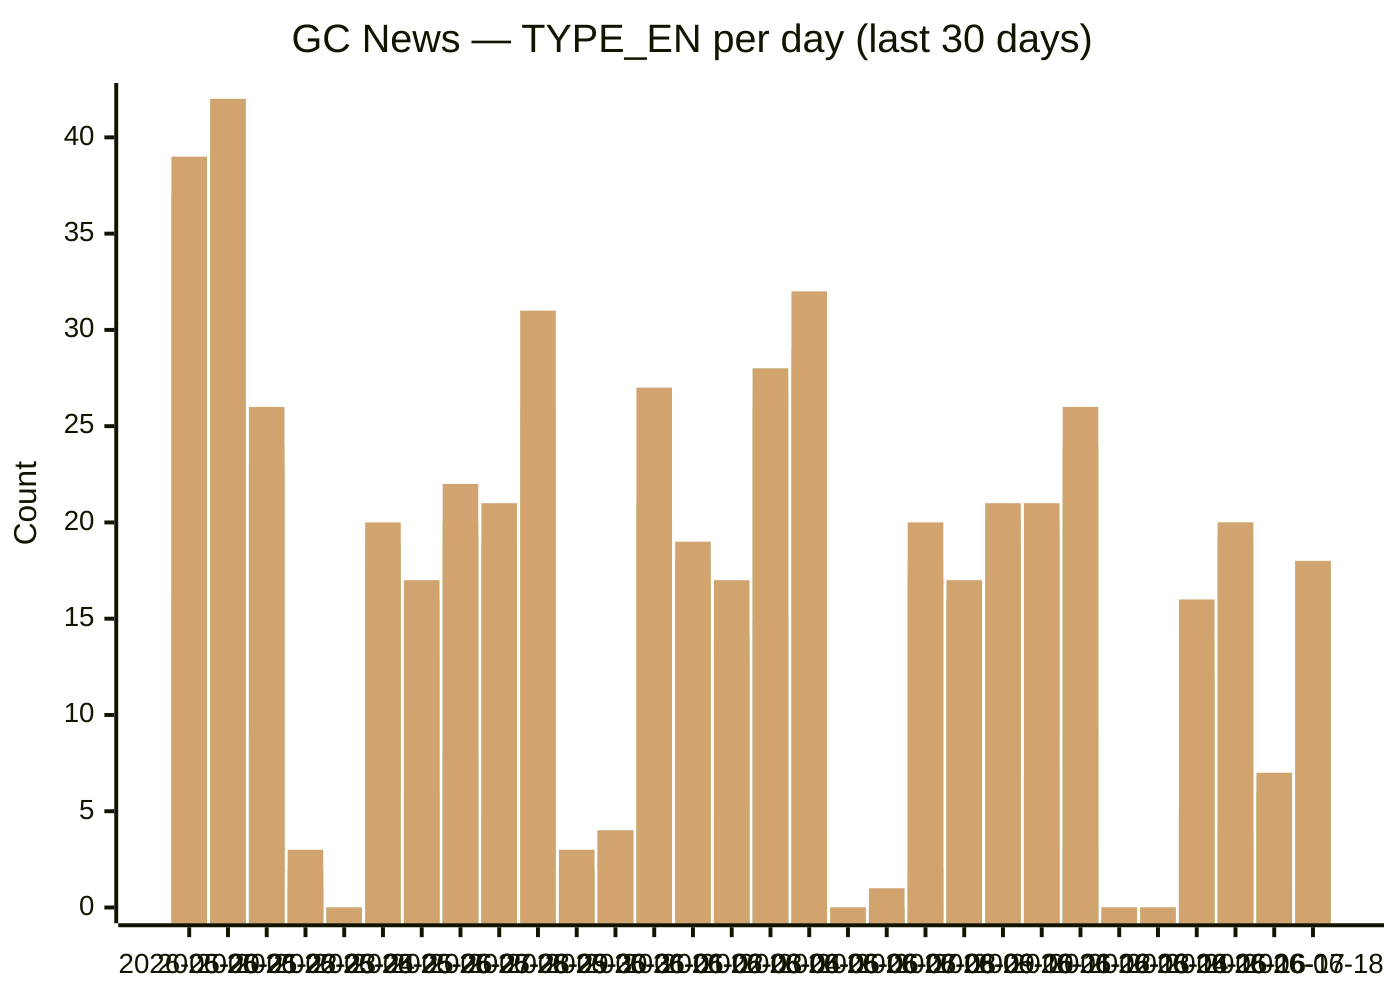
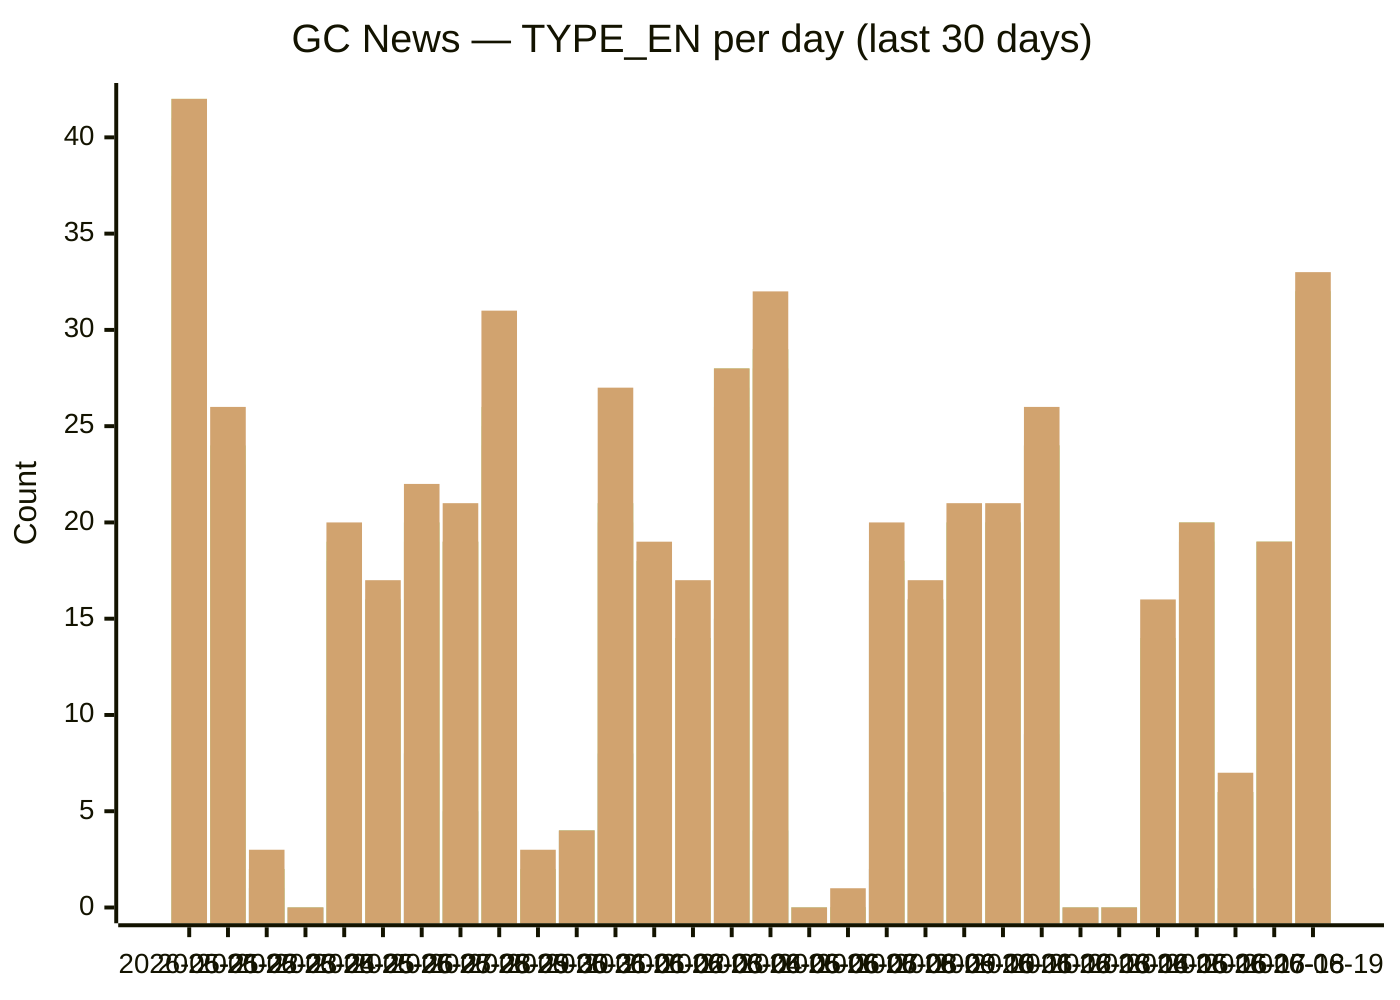
xychart-beta
  title "GC News — TYPE_EN per day (last 30 days)"
-   x-axis [2026-05-20, 2026-05-21, 2026-05-22, 2026-05-23, 2026-05-24, 2026-05-25, 2026-05-26, 2026-05-27, 2026-05-28, 2026-05-29, 2026-05-30, 2026-05-31, 2026-06-01, 2026-06-02, 2026-06-03, 2026-06-04, 2026-06-05, 2026-06-06, 2026-06-07, 2026-06-08, 2026-06-09, 2026-06-10, 2026-06-11, 2026-06-12, 2026-06-13, 2026-06-14, 2026-06-15, 2026-06-16, 2026-06-17, 2026-06-18]
+   x-axis [2026-05-21, 2026-05-22, 2026-05-23, 2026-05-24, 2026-05-25, 2026-05-26, 2026-05-27, 2026-05-28, 2026-05-29, 2026-05-30, 2026-05-31, 2026-06-01, 2026-06-02, 2026-06-03, 2026-06-04, 2026-06-05, 2026-06-06, 2026-06-07, 2026-06-08, 2026-06-09, 2026-06-10, 2026-06-11, 2026-06-12, 2026-06-13, 2026-06-14, 2026-06-15, 2026-06-16, 2026-06-17, 2026-06-18, 2026-06-19]
  y-axis "Count" 0 --> 42
-   bar backgrounders [1, 3, 3, 0, 0, 6, 1, 4, 1, 1, 0, 0, 5, 2, 2, 2, 0, 0, 0, 0, 3, 2, 0, 3, 0, 0, 2, 3, 1, 2]
-   bar "media advisories" [16, 10, 9, 1, 0, 10, 6, 8, 5, 5, 0, 4, 8, 6, 5, 15, 4, 0, 0, 2, 6, 9, 7, 9, 0, 0, 5, 4, 1, 7]
-   bar "news releases" [37, 38, 23, 2, 0, 17, 13, 19, 19, 24, 2, 4, 20, 16, 13, 26, 28, 0, 0, 17, 16, 18, 19, 24, 0, 0, 12, 19, 6, 18]
-   bar readouts [37, 41, 23, 2, 0, 18, 16, 20, 19, 25, 2, 4, 21, 17, 14, 27, 29, 0, 0, 17, 16, 20, 20, 24, 0, 0, 12, 19, 6, 18]
-   bar speeches [37, 42, 24, 2, 0, 19, 16, 20, 19, 26, 2, 4, 21, 18, 14, 28, 29, 0, 0, 18, 16, 20, 20, 24, 0, 0, 14, 20, 6, 18]
-   bar statements [39, 42, 26, 3, 0, 20, 17, 22, 21, 31, 3, 4, 27, 19, 17, 28, 32, 0, 1, 20, 17, 21, 21, 26, 0, 0, 16, 20, 7, 18]
+   bar backgrounders [3, 3, 0, 0, 6, 1, 4, 1, 1, 0, 0, 5, 2, 2, 2, 0, 0, 0, 0, 3, 2, 0, 3, 0, 0, 2, 3, 1, 2, 2]
+   bar "media advisories" [10, 9, 1, 0, 10, 6, 8, 5, 5, 0, 4, 8, 6, 5, 15, 4, 0, 0, 2, 6, 9, 7, 9, 0, 0, 5, 4, 1, 8, 12]
+   bar "news releases" [38, 23, 2, 0, 17, 13, 19, 19, 24, 2, 4, 20, 16, 13, 26, 28, 0, 0, 17, 16, 18, 19, 24, 0, 0, 12, 19, 6, 19, 32]
+   bar readouts [41, 23, 2, 0, 18, 16, 20, 19, 25, 2, 4, 21, 17, 14, 27, 29, 0, 0, 17, 16, 20, 20, 24, 0, 0, 12, 19, 6, 19, 32]
+   bar speeches [42, 24, 2, 0, 19, 16, 20, 19, 26, 2, 4, 21, 18, 14, 28, 29, 0, 0, 18, 16, 20, 20, 24, 0, 0, 14, 20, 6, 19, 32]
+   bar statements [42, 26, 3, 0, 20, 17, 22, 21, 31, 3, 4, 27, 19, 17, 28, 32, 0, 1, 20, 17, 21, 21, 26, 0, 0, 16, 20, 7, 19, 33]
